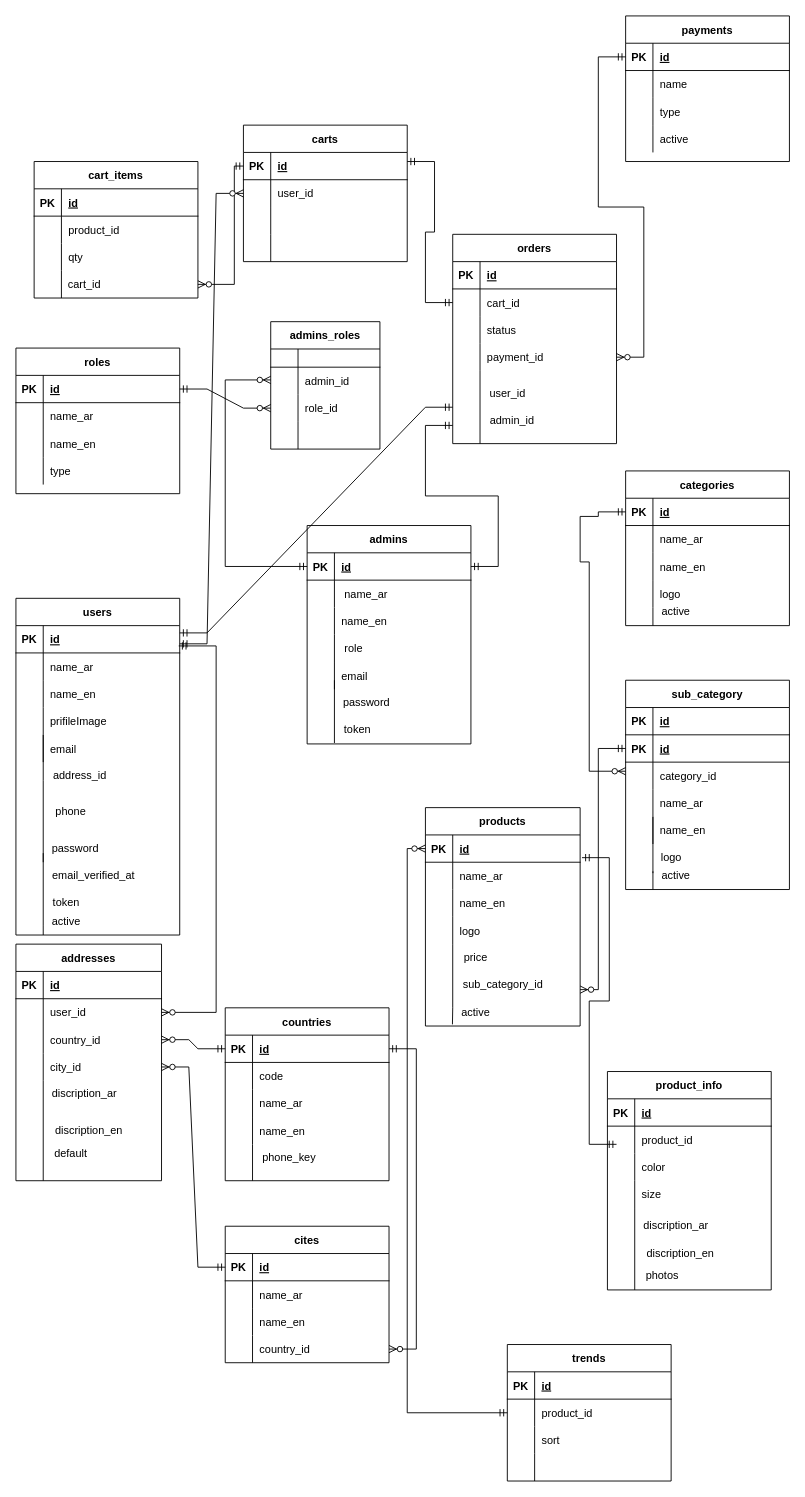
Earlier version of the draw.io diagram blackpearl.drawio (MohammedRasol/blackPearl). Source tidied: cells renumbered, new cells numbered last; positions are measured from the earlier drawing's top-left corner, leaving out a move shared by most shapes. Both pictures are drawn from the tidied source at 91%, with x=0, y=0 at pixel (15, 15).
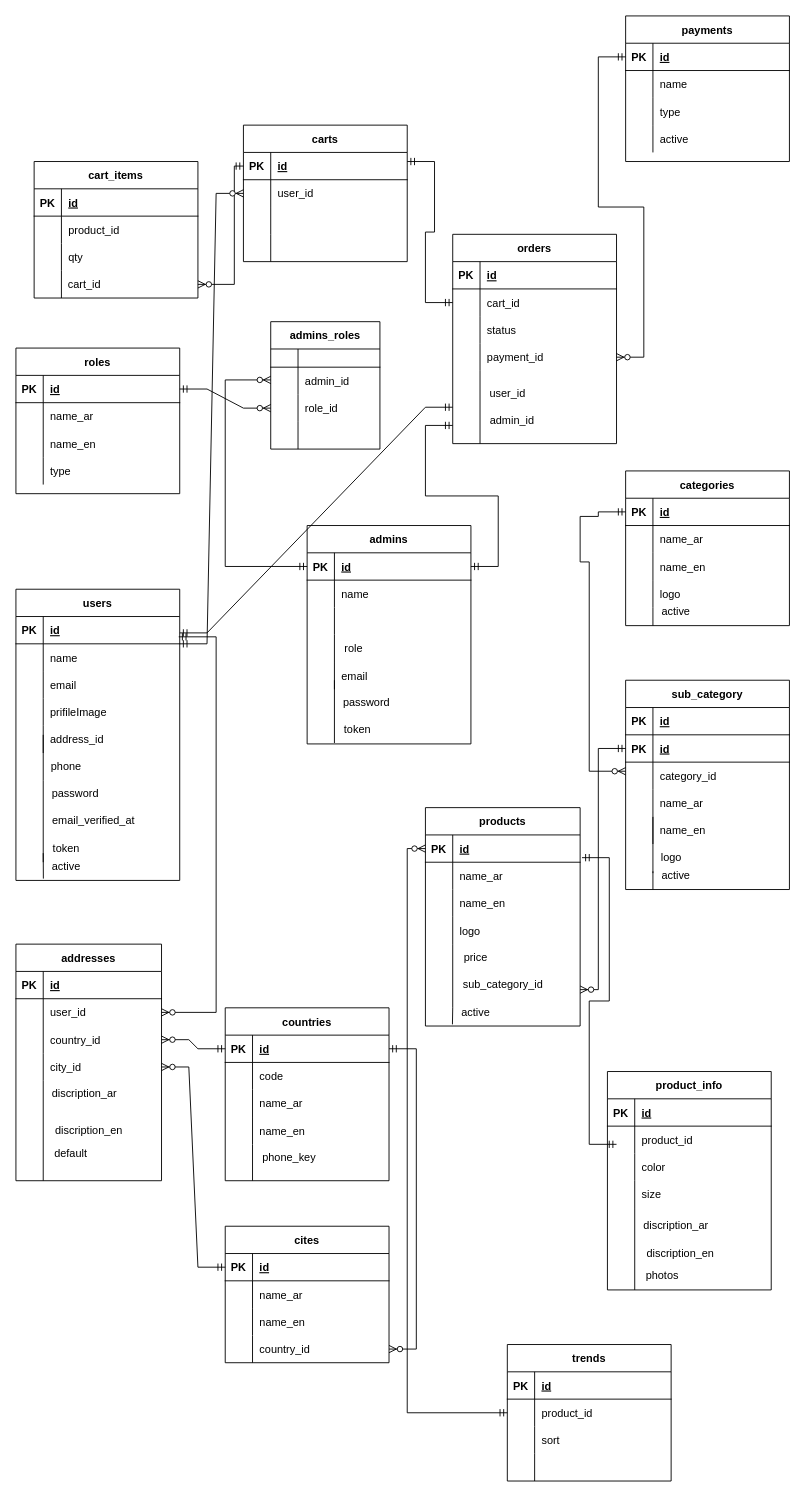
Above is the later version.

Unchanged cells that the change refers to:
```xml
<mxCell id="6" style="shape=tableRow;horizontal=0;startSize=0;swimlaneHead=0;swimlaneBody=0;fillColor=none;top=0;left=0;right=0;bottom=0;" parent="2" vertex="1">
  <mxGeometry y="60" width="180" height="30" as="geometry" />
</mxCell>
<mxCell id="9" style="shape=tableRow;horizontal=0;startSize=0;swimlaneHead=0;swimlaneBody=0;fillColor=none;top=0;left=0;right=0;bottom=0;" parent="2" vertex="1">
  <mxGeometry y="90" width="180" height="30" as="geometry" />
</mxCell>
<mxCell id="22" style="shape=tableRow;horizontal=0;startSize=0;swimlaneHead=0;swimlaneBody=0;fillColor=none;top=0;left=0;right=0;bottom=0;" parent="18" vertex="1">
  <mxGeometry y="60" width="180" height="30" as="geometry" />
</mxCell>
<mxCell id="25" style="shape=tableRow;horizontal=0;startSize=0;swimlaneHead=0;swimlaneBody=0;fillColor=none;top=0;left=0;right=0;bottom=0;" parent="18" vertex="1">
  <mxGeometry y="90" width="180" height="30" as="geometry" />
</mxCell>
```

Diff of the diagram source:
```diff
@@
     <mxCell id="2" value="users" style="shape=table;startSize=30;childLayout=tableLayout;rowLines=0;fontStyle=1;align=center;" parent="1" vertex="1">
-      <mxGeometry y="640" width="180" height="370" as="geometry" />
+      <mxGeometry y="630" width="180" height="320" as="geometry" />
     </mxCell>
@@
-    <mxCell id="8" value="name_ar" style="shape=partialRectangle;fillColor=none;top=0;left=0;bottom=0;right=0;align=left;spacingLeft=6;overflow=hidden;" parent="6" vertex="1">
+    <mxCell id="8" value="name" style="shape=partialRectangle;fillColor=none;top=0;left=0;bottom=0;right=0;align=left;spacingLeft=6;overflow=hidden;" parent="6" vertex="1">
       <mxGeometry x="30" width="150" height="30" as="geometry" />
     </mxCell>
@@
-    <mxCell id="11" value="name_en" style="shape=partialRectangle;fillColor=none;top=0;left=0;bottom=0;right=0;align=left;spacingLeft=6;overflow=hidden;" parent="9" vertex="1">
+    <mxCell id="11" value="email" style="shape=partialRectangle;fillColor=none;top=0;left=0;bottom=0;right=0;align=left;spacingLeft=6;overflow=hidden;" parent="9" vertex="1">
       <mxGeometry x="30" width="150" height="30" as="geometry" />
     </mxCell>
+    <mxCell id="15" style="shape=tableRow;horizontal=0;startSize=0;swimlaneHead=0;swimlaneBody=0;fillColor=none;top=0;left=0;right=0;bottom=0;" parent="2" vertex="1">
+      <mxGeometry y="120" width="180" height="30" as="geometry" />
+    </mxCell>
+    <mxCell id="16" style="shape=partialRectangle;fillColor=none;top=0;left=0;bottom=0;right=0;overflow=hidden;" parent="15" vertex="1">
+      <mxGeometry width="30" height="30" as="geometry" />
+    </mxCell>
+    <mxCell id="17" value="prifileImage" style="shape=partialRectangle;fillColor=none;top=0;left=0;bottom=0;right=0;align=left;spacingLeft=6;overflow=hidden;" parent="15" vertex="1">
+      <mxGeometry x="30" width="150" height="30" as="geometry" />
+    </mxCell>
     <mxCell id="12" style="shape=tableRow;horizontal=0;startSize=0;swimlaneHead=0;swimlaneBody=0;fillColor=none;top=0;left=0;right=0;bottom=0;" parent="2" vertex="1">
-      <mxGeometry y="120" width="180" height="30" as="geometry" />
+      <mxGeometry y="150" width="180" height="30" as="geometry" />
     </mxCell>
@@
-    <mxCell id="14" value="prifileImage" style="shape=partialRectangle;fillColor=none;top=0;left=0;bottom=0;right=0;align=left;spacingLeft=6;overflow=hidden;" parent="12" vertex="1">
+    <mxCell id="14" value="address_id" style="shape=partialRectangle;fillColor=none;top=0;left=0;bottom=0;right=0;align=left;spacingLeft=6;overflow=hidden;" parent="12" vertex="1">
       <mxGeometry x="30" width="150" height="30" as="geometry" />
     </mxCell>
-    <mxCell id="15" style="shape=tableRow;horizontal=0;startSize=0;swimlaneHead=0;swimlaneBody=0;fillColor=none;top=0;left=0;right=0;bottom=0;" parent="2" vertex="1">
-      <mxGeometry y="150" width="180" height="30" as="geometry" />
-    </mxCell>
-    <mxCell id="16" style="shape=partialRectangle;fillColor=none;top=0;left=0;bottom=0;right=0;overflow=hidden;" parent="15" vertex="1">
-      <mxGeometry width="30" height="30" as="geometry" />
-    </mxCell>
-    <mxCell id="17" value="email" style="shape=partialRectangle;fillColor=none;top=0;left=0;bottom=0;right=0;align=left;spacingLeft=6;overflow=hidden;" parent="15" vertex="1">
-      <mxGeometry x="30" width="150" height="30" as="geometry" />
-    </mxCell>
@@
-    <mxCell id="24" value=" name_ar" style="shape=partialRectangle;fillColor=none;top=0;left=0;bottom=0;right=0;align=left;spacingLeft=6;overflow=hidden;" parent="22" vertex="1">
+    <mxCell id="24" value="name" style="shape=partialRectangle;fillColor=none;top=0;left=0;bottom=0;right=0;align=left;spacingLeft=6;overflow=hidden;" parent="22" vertex="1">
       <mxGeometry x="30" width="150" height="30" as="geometry" />
     </mxCell>
@@
-    <mxCell id="27" value="name_en" style="shape=partialRectangle;fillColor=none;top=0;left=0;bottom=0;right=0;align=left;spacingLeft=6;overflow=hidden;" parent="25" vertex="1">
+    <mxCell id="27" style="shape=partialRectangle;fillColor=none;top=0;left=0;bottom=0;right=0;align=left;spacingLeft=6;overflow=hidden;" parent="25" vertex="1">
       <mxGeometry x="30" width="150" height="30" as="geometry" />
     </mxCell>
@@
     <mxCell id="47" value="&lt;div style=&quot;line-height: 19px;&quot;&gt;&lt;span style=&quot;background-color: rgb(255, 255, 255);&quot;&gt;email_verified_at&lt;/span&gt;&lt;br&gt;&lt;/div&gt;" style="text;html=1;align=center;verticalAlign=middle;strokeColor=none;fillColor=none;" parent="1" vertex="1">
-      <mxGeometry x="30" y="930" width="110" height="30" as="geometry" />
+      <mxGeometry x="30" y="870" width="110" height="30" as="geometry" />
     </mxCell>
@@
     <mxCell id="49" value="password" style="text;html=1;align=center;verticalAlign=middle;strokeColor=none;fillColor=none;" parent="1" vertex="1">
-      <mxGeometry x="30" y="900" width="70" height="30" as="geometry" />
+      <mxGeometry x="30" y="840" width="70" height="30" as="geometry" />
     </mxCell>
-    <mxCell id="50" value="&lt;div style=&quot;text-align: left;&quot;&gt;&lt;span style=&quot;background-color: initial;&quot;&gt;address_id&lt;/span&gt;&lt;/div&gt;" style="text;html=1;align=center;verticalAlign=middle;strokeColor=none;fillColor=none;" parent="1" vertex="1">
-      <mxGeometry x="30" y="820" width="80" height="30" as="geometry" />
+    <mxCell id="50" value="&lt;div style=&quot;text-align: left;&quot;&gt;&lt;br&gt;&lt;/div&gt;" style="text;html=1;align=center;verticalAlign=middle;strokeColor=none;fillColor=none;" parent="1" vertex="1">
+      <mxGeometry x="60" y="820" width="20" height="30" as="geometry" />
     </mxCell>
     <mxCell id="51" value="phone" style="text;html=1;align=center;verticalAlign=middle;strokeColor=none;fillColor=none;" parent="1" vertex="1">
-      <mxGeometry x="30" y="860" width="60" height="30" as="geometry" />
+      <mxGeometry x="25" y="810" width="60" height="30" as="geometry" />
     </mxCell>
@@
     <mxCell id="55" value="token" style="text;html=1;align=center;verticalAlign=middle;strokeColor=none;fillColor=none;" parent="1" vertex="1">
-      <mxGeometry x="30" y="960" width="50" height="30" as="geometry" />
+      <mxGeometry x="30" y="900" width="50" height="30" as="geometry" />
     </mxCell>
-    <mxCell id="56" style="endArrow=none;html=1;rounded=0;" parent="1" edge="1">
+    <mxCell id="56" style="endArrow=none;html=1;rounded=0;exitX=0.003;exitY=0.933;exitDx=0;exitDy=0;exitPerimeter=0;" parent="1" edge="1" source="240">
       <mxGeometry relative="1" as="geometry">
-        <mxPoint x="30" y="1000" as="sourcePoint" />
         <mxPoint x="30" y="920" as="targetPoint" />
       </mxGeometry>
     </mxCell>
@@
     <mxCell id="240" value="active" style="text;html=1;align=center;verticalAlign=middle;points=[];strokeColor=none;fillColor=none;" parent="1" vertex="1">
-      <mxGeometry x="30" y="980" width="50" height="30" as="geometry" />
+      <mxGeometry x="30" y="920" width="50" height="30" as="geometry" />
     </mxCell>
-    <mxCell id="241" style="endArrow=none;html=1;rounded=0;" parent="1" edge="1">
-      <mxGeometry relative="1" as="geometry">
-        <mxPoint x="30" y="1010" as="sourcePoint" />
-        <mxPoint x="30" y="1000" as="targetPoint" />
-      </mxGeometry>
-    </mxCell>
```
